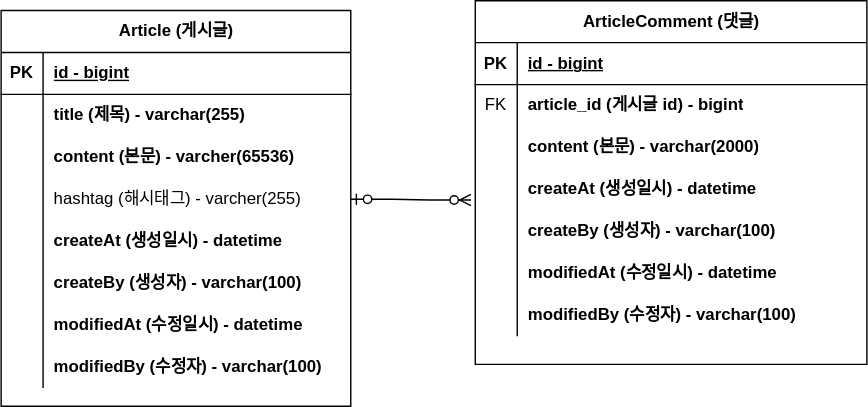
Above: document/board-erd.svg in Llimy1/board-project (draw.io), before the change. Source tidied: cells renumbered, new cells last; positions are measured from the earlier drawing's top-left corner, leaving out a move shared by most shapes.
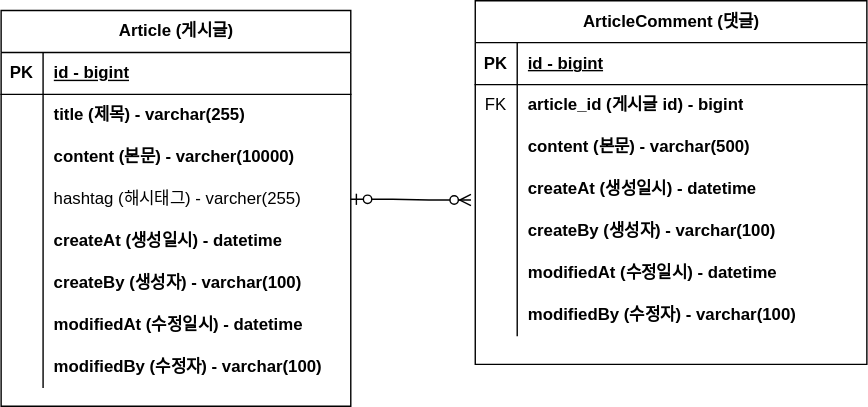
After the change.

Diff of the diagram source:
```diff
@@ -29,7 +29,7 @@
     <mxCell id="10" style="shape=partialRectangle;fillColor=none;top=0;left=0;bottom=0;right=0;overflow=hidden;whiteSpace=wrap;html=1;" parent="9" vertex="1">
       <mxGeometry width="30" height="30" as="geometry" />
     </mxCell>
-    <mxCell id="11" value="&lt;b&gt;content (본문) - varcher(65536)&lt;/b&gt;" style="shape=partialRectangle;fillColor=none;top=0;left=0;bottom=0;right=0;align=left;spacingLeft=6;overflow=hidden;whiteSpace=wrap;html=1;" parent="9" vertex="1">
+    <mxCell id="11" value="&lt;b&gt;content (본문) - varcher(10000)&lt;/b&gt;" style="shape=partialRectangle;fillColor=none;top=0;left=0;bottom=0;right=0;align=left;spacingLeft=6;overflow=hidden;whiteSpace=wrap;html=1;" parent="9" vertex="1">
       <mxGeometry x="30" width="220" height="30" as="geometry" />
     </mxCell>
     <mxCell id="12" style="shape=tableRow;horizontal=0;startSize=0;swimlaneHead=0;swimlaneBody=0;fillColor=none;points=[[0,0.5],[1,0.5]];portConstraint=eastwest;top=0;left=0;right=0;bottom=0;" parent="2" vertex="1">
@@ -104,7 +104,7 @@
     <mxCell id="35" style="shape=partialRectangle;fillColor=none;top=0;left=0;bottom=0;right=0;overflow=hidden;whiteSpace=wrap;html=1;" parent="34" vertex="1">
       <mxGeometry width="30" height="30" as="geometry" />
     </mxCell>
-    <mxCell id="36" value="content (본문) - varchar(2000)" style="shape=partialRectangle;fillColor=none;top=0;left=0;bottom=0;right=0;align=left;spacingLeft=6;overflow=hidden;whiteSpace=wrap;html=1;fontStyle=1;" parent="34" vertex="1">
+    <mxCell id="36" value="content (본문) - varchar(500)" style="shape=partialRectangle;fillColor=none;top=0;left=0;bottom=0;right=0;align=left;spacingLeft=6;overflow=hidden;whiteSpace=wrap;html=1;fontStyle=1;" parent="34" vertex="1">
       <mxGeometry x="30" width="250" height="30" as="geometry" />
     </mxCell>
     <mxCell id="37" style="shape=tableRow;horizontal=0;startSize=0;swimlaneHead=0;swimlaneBody=0;fillColor=none;points=[[0,0.5],[1,0.5]];portConstraint=eastwest;top=0;left=0;right=0;bottom=0;" parent="27" vertex="1">
```
